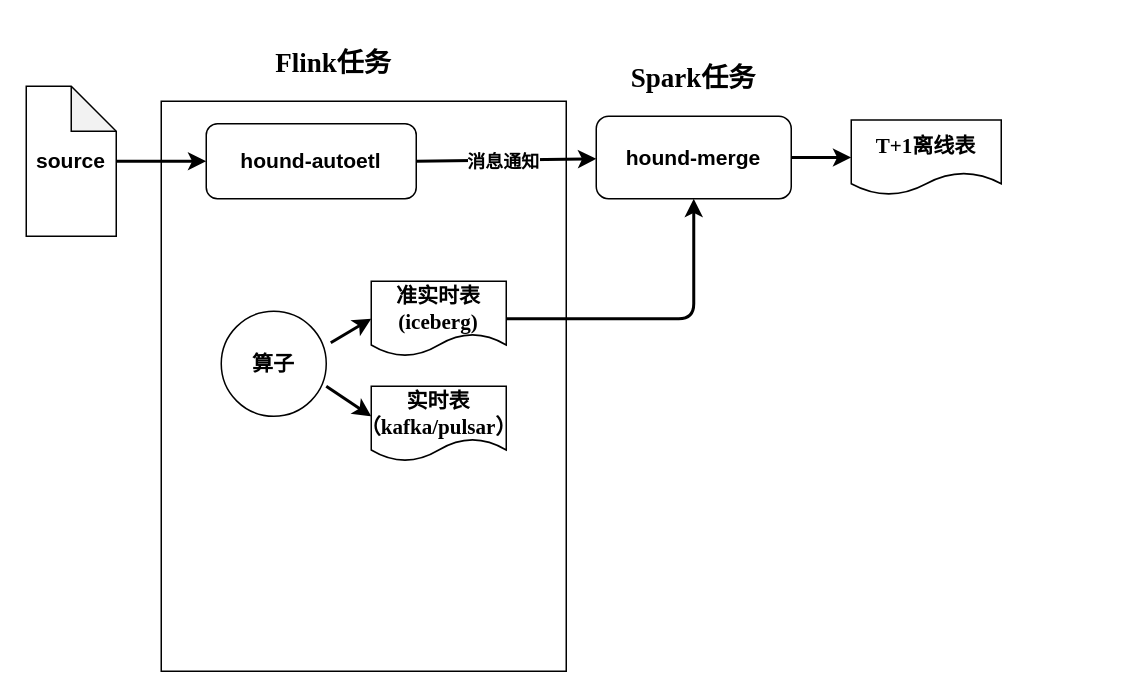
This is 算子设计.drawio from mineminemine123/work-wiki, a draw.io file, before an edit. Source tidied: cells renumbered, new cells numbered last; positions are measured from the earlier drawing's top-left corner, leaving out a move shared by most shapes. Both pictures are drawn from the tidied source at 150%, with x=0, y=0 at pixel (26, 40).
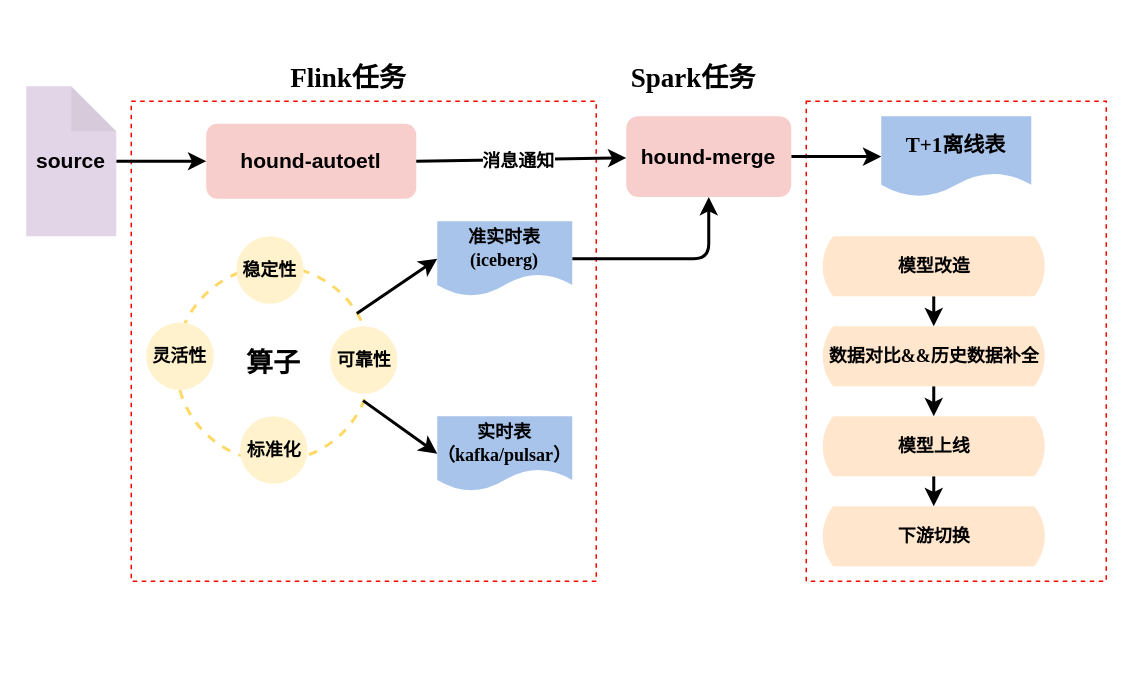
The same page after the edit.

Commit message (it also covers changes not shown here):
更新算子设计.drawio

What changed in the source:
```diff
@@
-    <mxCell id="2" style="rounded=0;whiteSpace=wrap;html=1;sketch=0;fontFamily=Times New Roman;fontSize=12;" parent="1" vertex="1">
-      <mxGeometry x="90" y="40" width="270" height="380" as="geometry" />
+    <mxCell id="2" style="rounded=0;whiteSpace=wrap;html=1;sketch=0;fontFamily=Times New Roman;fontSize=12;dashed=1;strokeColor=#FF0000;" parent="1" vertex="1">
+      <mxGeometry x="70" y="40" width="310" height="320" as="geometry" />
     </mxCell>
+    <mxCell id="12" value="&lt;h2&gt;算子&lt;/h2&gt;" style="ellipse;whiteSpace=wrap;html=1;sketch=0;fontFamily=Times New Roman;fontSize=12;strokeColor=#FFD966;dashed=1;strokeWidth=2;" parent="1" vertex="1">
+      <mxGeometry x="100" y="150" width="130" height="130" as="geometry" />
+    </mxCell>
+    <mxCell id="19" style="rounded=0;whiteSpace=wrap;html=1;sketch=0;fontFamily=Times New Roman;fontSize=12;dashed=1;strokeColor=#FF0000;" parent="1" vertex="1">
+      <mxGeometry x="520" y="40" width="200" height="320" as="geometry" />
+    </mxCell>
@@
-    <mxCell id="4" value="&lt;h3&gt;source&lt;/h3&gt;" style="shape=note;whiteSpace=wrap;html=1;backgroundOutline=1;darkOpacity=0.05;" parent="1" vertex="1">
+    <mxCell id="4" value="&lt;h3&gt;source&lt;/h3&gt;" style="shape=note;whiteSpace=wrap;html=1;backgroundOutline=1;darkOpacity=0.05;fillColor=#e1d5e7;strokeColor=none;" parent="1" vertex="1">
       <mxGeometry y="30" width="60" height="100" as="geometry" />
     </mxCell>
-    <mxCell id="5" value="&lt;h3&gt;hound-autoetl&lt;/h3&gt;" style="rounded=1;whiteSpace=wrap;html=1;" parent="1" vertex="1">
+    <mxCell id="5" value="&lt;h3&gt;hound-autoetl&lt;/h3&gt;" style="rounded=1;whiteSpace=wrap;html=1;strokeColor=none;fillColor=#f8cecc;" parent="1" vertex="1">
       <mxGeometry x="120" y="55" width="140" height="50" as="geometry" />
     </mxCell>
-    <mxCell id="6" style="edgeStyle=orthogonalEdgeStyle;rounded=1;jettySize=auto;html=1;exitX=1;exitY=0.5;exitDx=0;exitDy=0;entryX=0;entryY=0.5;entryDx=0;entryDy=0;fontFamily=Times New Roman;fontSize=12;strokeWidth=2;" parent="1" edge="1" source="7" target="14">
+    <mxCell id="6" style="edgeStyle=orthogonalEdgeStyle;rounded=1;jettySize=auto;html=1;exitX=1;exitY=0.5;exitDx=0;exitDy=0;fontFamily=Times New Roman;fontSize=12;strokeWidth=2;" parent="1" edge="1" source="7" target="14">
       <mxGeometry relative="1" as="geometry" />
     </mxCell>
-    <mxCell id="7" value="&lt;h3&gt;hound-merge&lt;/h3&gt;" style="rounded=1;whiteSpace=wrap;html=1;" parent="1" vertex="1">
-      <mxGeometry x="380" y="50" width="130" height="55" as="geometry" />
+    <mxCell id="7" value="&lt;h3&gt;hound-merge&lt;/h3&gt;" style="rounded=1;whiteSpace=wrap;html=1;fillColor=#f8cecc;strokeColor=none;" parent="1" vertex="1">
+      <mxGeometry x="400" y="50" width="110" height="53.8" as="geometry" />
     </mxCell>
@@
     <mxCell id="10" value="&lt;h2&gt;Flink任务&lt;/h2&gt;" style="text;html=1;strokeColor=none;fillColor=none;align=center;verticalAlign=middle;whiteSpace=wrap;rounded=0;sketch=0;fontFamily=Times New Roman;" parent="1" vertex="1">
-      <mxGeometry x="160" width="90" height="30" as="geometry" />
+      <mxGeometry x="170" y="10" width="90" height="30" as="geometry" />
     </mxCell>
@@
-    <mxCell id="12" value="&lt;h3&gt;算子&lt;/h3&gt;" style="ellipse;whiteSpace=wrap;html=1;sketch=0;fontFamily=Times New Roman;fontSize=12;" parent="1" vertex="1">
-      <mxGeometry x="130" y="180" width="70" height="70" as="geometry" />
-    </mxCell>
-    <mxCell id="13" value="&lt;h3&gt;&lt;span&gt;实时表（kafka/pulsar）&lt;/span&gt;&lt;/h3&gt;" style="shape=document;whiteSpace=wrap;html=1;boundedLbl=1;sketch=0;fontFamily=Times New Roman;fontSize=12;" parent="1" vertex="1">
-      <mxGeometry x="230" y="230" width="90" height="50" as="geometry" />
+    <mxCell id="13" value="&lt;h4&gt;&lt;span&gt;实时表（kafka/pulsar）&lt;/span&gt;&lt;/h4&gt;" style="shape=document;whiteSpace=wrap;html=1;boundedLbl=1;sketch=0;fontFamily=Times New Roman;fontSize=12;fillColor=#A9C4EB;strokeColor=none;" parent="1" vertex="1">
+      <mxGeometry x="274" y="250" width="90" height="50" as="geometry" />
     </mxCell>
-    <mxCell id="14" value="&lt;h3&gt;T+1离线表&lt;/h3&gt;" style="shape=document;whiteSpace=wrap;html=1;boundedLbl=1;sketch=0;fontFamily=Times New Roman;fontSize=12;" parent="1" vertex="1">
-      <mxGeometry x="550" y="52.5" width="100" height="50" as="geometry" />
+    <mxCell id="14" value="&lt;h3&gt;T+1离线表&lt;/h3&gt;" style="shape=document;whiteSpace=wrap;html=1;boundedLbl=1;sketch=0;fontFamily=Times New Roman;fontSize=12;strokeColor=none;fillColor=#A9C4EB;" parent="1" vertex="1">
+      <mxGeometry x="570" y="50" width="100" height="53.8" as="geometry" />
     </mxCell>
@@
-    <mxCell id="16" value="&lt;h3&gt;&lt;span&gt;准实时表(iceberg)&lt;/span&gt;&lt;/h3&gt;" style="shape=document;whiteSpace=wrap;html=1;boundedLbl=1;sketch=0;fontFamily=Times New Roman;fontSize=12;" parent="1" vertex="1">
-      <mxGeometry x="230" y="160" width="90" height="50" as="geometry" />
+    <mxCell id="16" value="&lt;h4&gt;&lt;span&gt;准实时表(iceberg)&lt;/span&gt;&lt;/h4&gt;" style="shape=document;whiteSpace=wrap;html=1;boundedLbl=1;sketch=0;fontFamily=Times New Roman;fontSize=12;fillColor=#A9C4EB;strokeColor=none;" parent="1" vertex="1">
+      <mxGeometry x="274" y="120" width="90" height="50" as="geometry" />
     </mxCell>
-    <mxCell id="17" style="endArrow=classic;html=1;rounded=1;fontFamily=Times New Roman;fontSize=12;strokeWidth=2;exitX=1.043;exitY=0.3;exitDx=0;exitDy=0;exitPerimeter=0;entryX=0;entryY=0.5;entryDx=0;entryDy=0;" parent="1" edge="1" source="12" target="16">
+    <mxCell id="17" style="endArrow=classic;html=1;rounded=1;fontFamily=Times New Roman;fontSize=12;strokeWidth=2;exitX=0.926;exitY=0.242;exitDx=0;exitDy=0;exitPerimeter=0;entryX=0;entryY=0.5;entryDx=0;entryDy=0;fillColor=#d5e8d4;strokeColor=#000000;" parent="1" edge="1" source="12" target="16">
       <mxGeometry relative="1" as="geometry" />
     </mxCell>
-    <mxCell id="18" style="endArrow=classic;html=1;rounded=1;fontFamily=Times New Roman;fontSize=12;strokeWidth=2;exitX=1;exitY=0.714;exitDx=0;exitDy=0;exitPerimeter=0;" parent="1" edge="1" source="12">
-      <mxGeometry relative="1" as="geometry">
-        <mxPoint x="230" y="250" as="targetPoint" />
-      </mxGeometry>
+    <mxCell id="18" style="endArrow=classic;html=1;rounded=1;fontFamily=Times New Roman;fontSize=12;strokeWidth=2;exitX=0.958;exitY=0.689;exitDx=0;exitDy=0;exitPerimeter=0;entryX=0;entryY=0.5;entryDx=0;entryDy=0;fillColor=#d5e8d4;strokeColor=#000000;" parent="1" edge="1" source="12" target="13">
+      <mxGeometry relative="1" as="geometry" />
     </mxCell>
+    <mxCell id="20" style="edgeStyle=orthogonalEdgeStyle;rounded=1;jettySize=auto;html=1;exitX=0.5;exitY=1;exitDx=0;exitDy=0;exitPerimeter=0;entryX=0.5;entryY=0;entryDx=0;entryDy=0;entryPerimeter=0;fontFamily=Times New Roman;fontSize=12;strokeWidth=2;" parent="1" edge="1" source="21" target="23">
+      <mxGeometry relative="1" as="geometry" />
+    </mxCell>
+    <mxCell id="21" value="&lt;h4&gt;模型改造&lt;/h4&gt;" style="html=1;dashed=0;whitespace=wrap;shape=mxgraph.dfd.loop;sketch=0;fontFamily=Times New Roman;fontSize=12;strokeColor=none;fillColor=#ffe6cc;" parent="1" vertex="1">
+      <mxGeometry x="530" y="130" width="150" height="40" as="geometry" />
+    </mxCell>
+    <mxCell id="22" style="edgeStyle=orthogonalEdgeStyle;rounded=1;jettySize=auto;html=1;exitX=0.5;exitY=1;exitDx=0;exitDy=0;exitPerimeter=0;fontFamily=Times New Roman;fontSize=12;strokeWidth=2;" parent="1" edge="1" source="23" target="25">
+      <mxGeometry relative="1" as="geometry" />
+    </mxCell>
+    <mxCell id="23" value="&lt;h4&gt;数据对比&amp;amp;&amp;amp;历史数据补全&lt;/h4&gt;" style="html=1;dashed=0;whitespace=wrap;shape=mxgraph.dfd.loop;sketch=0;fontFamily=Times New Roman;fontSize=12;strokeColor=none;fillColor=#ffe6cc;" parent="1" vertex="1">
+      <mxGeometry x="530" y="190" width="150" height="40" as="geometry" />
+    </mxCell>
+    <mxCell id="24" style="edgeStyle=orthogonalEdgeStyle;rounded=1;jettySize=auto;html=1;exitX=0.5;exitY=1;exitDx=0;exitDy=0;exitPerimeter=0;fontFamily=Times New Roman;fontSize=12;strokeWidth=2;" parent="1" edge="1" source="25" target="26">
+      <mxGeometry relative="1" as="geometry" />
+    </mxCell>
+    <mxCell id="25" value="&lt;h4&gt;模型上线&lt;/h4&gt;" style="html=1;dashed=0;whitespace=wrap;shape=mxgraph.dfd.loop;sketch=0;fontFamily=Times New Roman;fontSize=12;fillColor=#ffe6cc;strokeColor=none;" parent="1" vertex="1">
+      <mxGeometry x="530" y="250" width="150" height="40" as="geometry" />
+    </mxCell>
+    <mxCell id="26" value="&lt;h4&gt;下游切换&lt;/h4&gt;" style="html=1;dashed=0;whitespace=wrap;shape=mxgraph.dfd.loop;sketch=0;fontFamily=Times New Roman;fontSize=12;fillColor=#ffe6cc;strokeColor=none;" parent="1" vertex="1">
+      <mxGeometry x="530" y="310" width="150" height="40" as="geometry" />
+    </mxCell>
+    <mxCell id="27" value="&lt;h4&gt;稳定性&lt;/h4&gt;" style="ellipse;whiteSpace=wrap;html=1;sketch=0;fontFamily=Times New Roman;fontSize=12;fillColor=#fff2cc;strokeColor=none;" parent="1" vertex="1">
+      <mxGeometry x="140" y="130" width="45" height="45" as="geometry" />
+    </mxCell>
+    <mxCell id="28" value="&lt;h4&gt;灵活性&lt;/h4&gt;" style="ellipse;whiteSpace=wrap;html=1;sketch=0;fontFamily=Times New Roman;fontSize=12;strokeColor=none;fillColor=#FFF2CC;" parent="1" vertex="1">
+      <mxGeometry x="80" y="187.5" width="45" height="45" as="geometry" />
+    </mxCell>
+    <mxCell id="29" value="&lt;h4&gt;标准化&lt;/h4&gt;" style="ellipse;whiteSpace=wrap;html=1;sketch=0;fontFamily=Times New Roman;fontSize=12;strokeColor=none;fillColor=#FFF2CC;" parent="1" vertex="1">
+      <mxGeometry x="142.5" y="250" width="45" height="45" as="geometry" />
+    </mxCell>
+    <mxCell id="30" value="&lt;h4&gt;可靠性&lt;/h4&gt;" style="ellipse;whiteSpace=wrap;html=1;sketch=0;fontFamily=Times New Roman;fontSize=12;strokeColor=none;fillColor=#FFF2CC;" parent="1" vertex="1">
+      <mxGeometry x="202.5" y="190" width="45" height="45" as="geometry" />
+    </mxCell>
```
